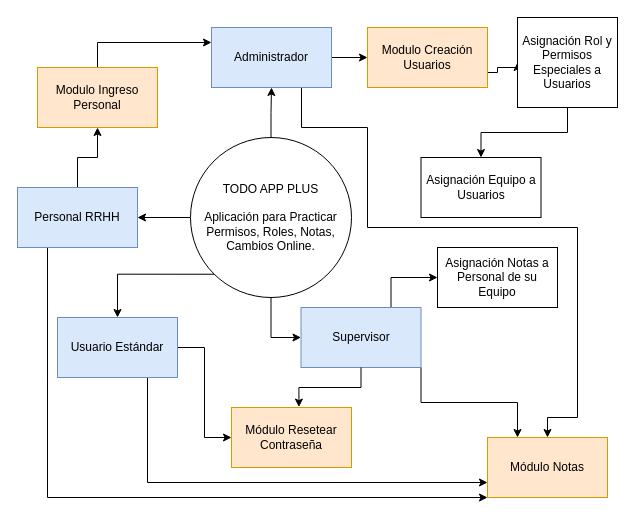
Above: page "Idea General" (1 of 3) of config/todoApp++.drawio in DANIELNAHUN/todo-app- (draw.io), before the change. Source tidied: cells renumbered, new cells numbered last; positions are measured from the earlier drawing's top-left corner, leaving out a move shared by most shapes. Both pictures are drawn from the tidied source at 100%, with x=0, y=0 at pixel (17, 17).
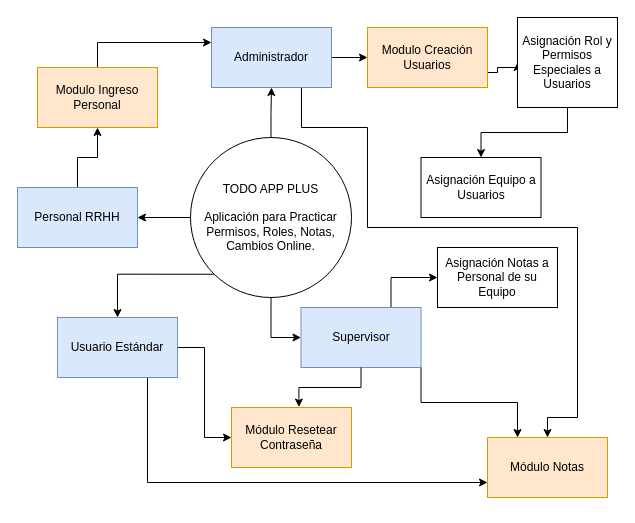
The same page after the edit.

Unchanged cells that the change refers to:
```xml
<mxCell id="9" value="Personal RRHH" style="whiteSpace=wrap;html=1;fillColor=#dae8fc;strokeColor=#6c8ebf;" parent="1" vertex="1">
  <mxGeometry y="170" width="120" height="60" as="geometry" />
</mxCell>
<mxCell id="29" value="Módulo Notas" style="rounded=0;whiteSpace=wrap;html=1;fillColor=#ffe6cc;strokeColor=#d79b00;" parent="1" vertex="1">
  <mxGeometry x="470" y="420" width="120" height="60" as="geometry" />
</mxCell>
```

What changed in the source:
```diff
@@
-    <mxCell id="8" style="edgeStyle=orthogonalEdgeStyle;rounded=0;jettySize=auto;html=1;exitX=0.25;exitY=1;exitDx=0;exitDy=0;entryX=0;entryY=1;entryDx=0;entryDy=0;" parent="1" edge="1" source="9" target="29">
-      <mxGeometry relative="1" as="geometry">
-        <Array as="points">
-          <mxPoint x="30" y="480" />
-        </Array>
-      </mxGeometry>
-    </mxCell>
```
